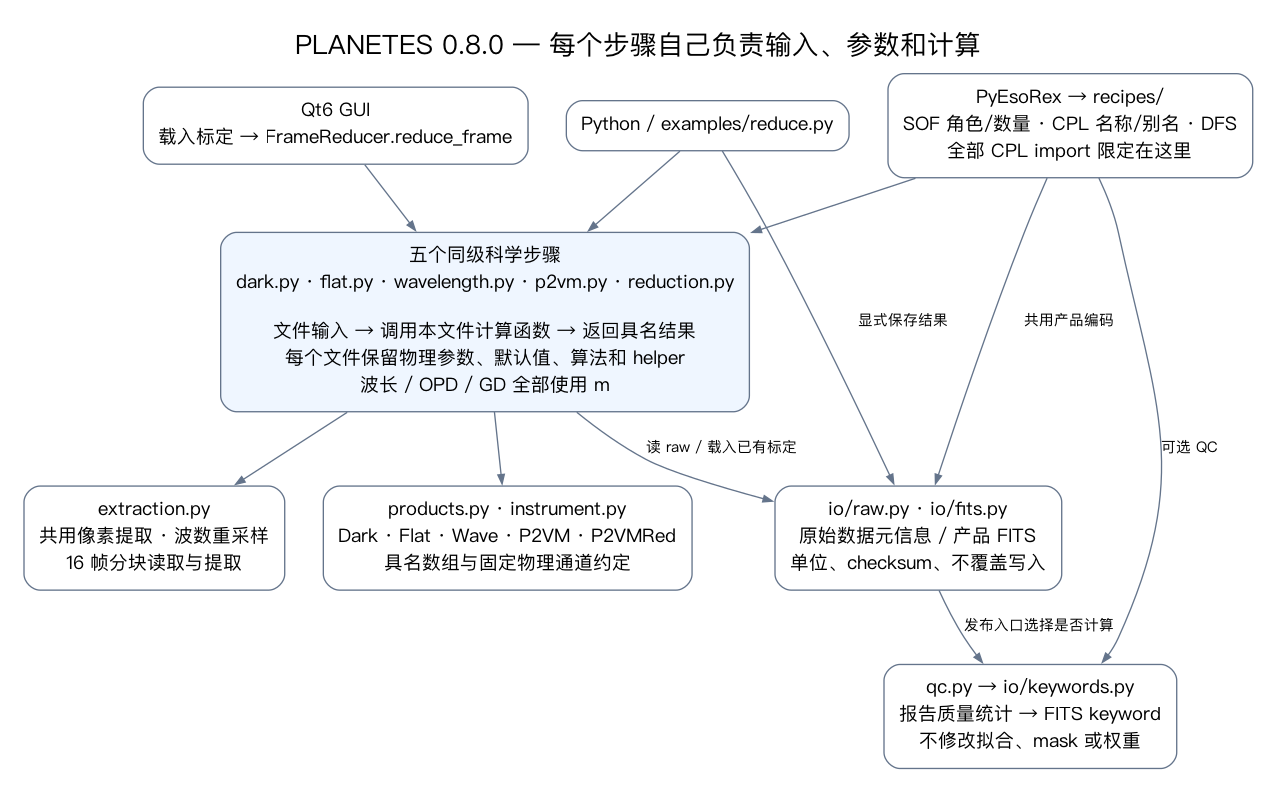
Above: docs/architecture.png in zexwu/planetes_pipe (Graphviz), before the change. Its source is kept beside it as docs/architecture.dot.
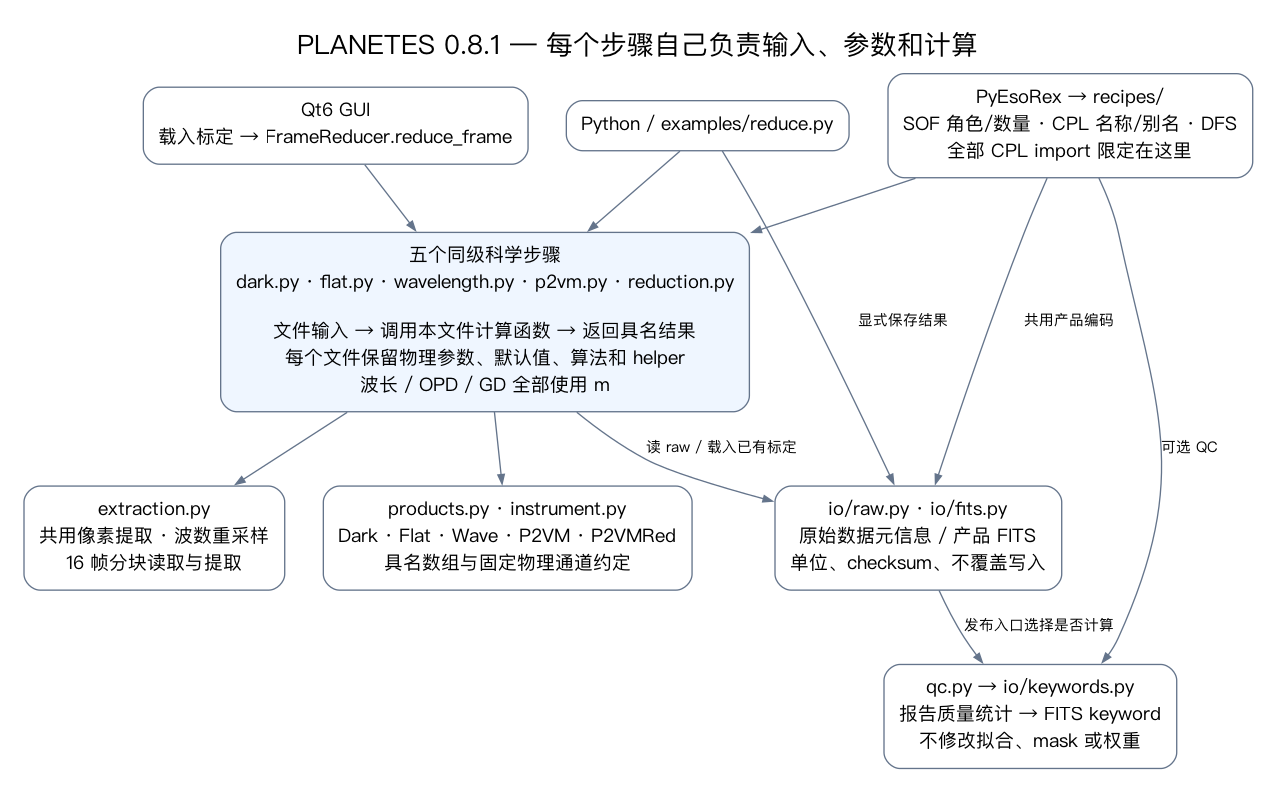
After the change.

What changed in the source:
```diff
@@ -1,5 +1,5 @@
 digraph Architecture {
-  graph [rankdir=TB, bgcolor="white", pad=0.25, nodesep=0.4, ranksep=0.55, fontname="PingFang SC", fontsize=20, label="PLANETES 0.8.0 — 每个步骤自己负责输入、参数和计算", labelloc=t];
+  graph [rankdir=TB, bgcolor="white", pad=0.25, nodesep=0.4, ranksep=0.55, fontname="PingFang SC", fontsize=20, label="PLANETES 0.8.1 — 每个步骤自己负责输入、参数和计算", labelloc=t];
   node [shape=box, style="rounded", fontname="PingFang SC", fontsize=14, color="#64748b", margin="0.16,0.12"];
   edge [fontname="PingFang SC", fontsize=11, color="#64748b", arrowsize=0.7];
   python [label="Python / examples/reduce.py"];
```
